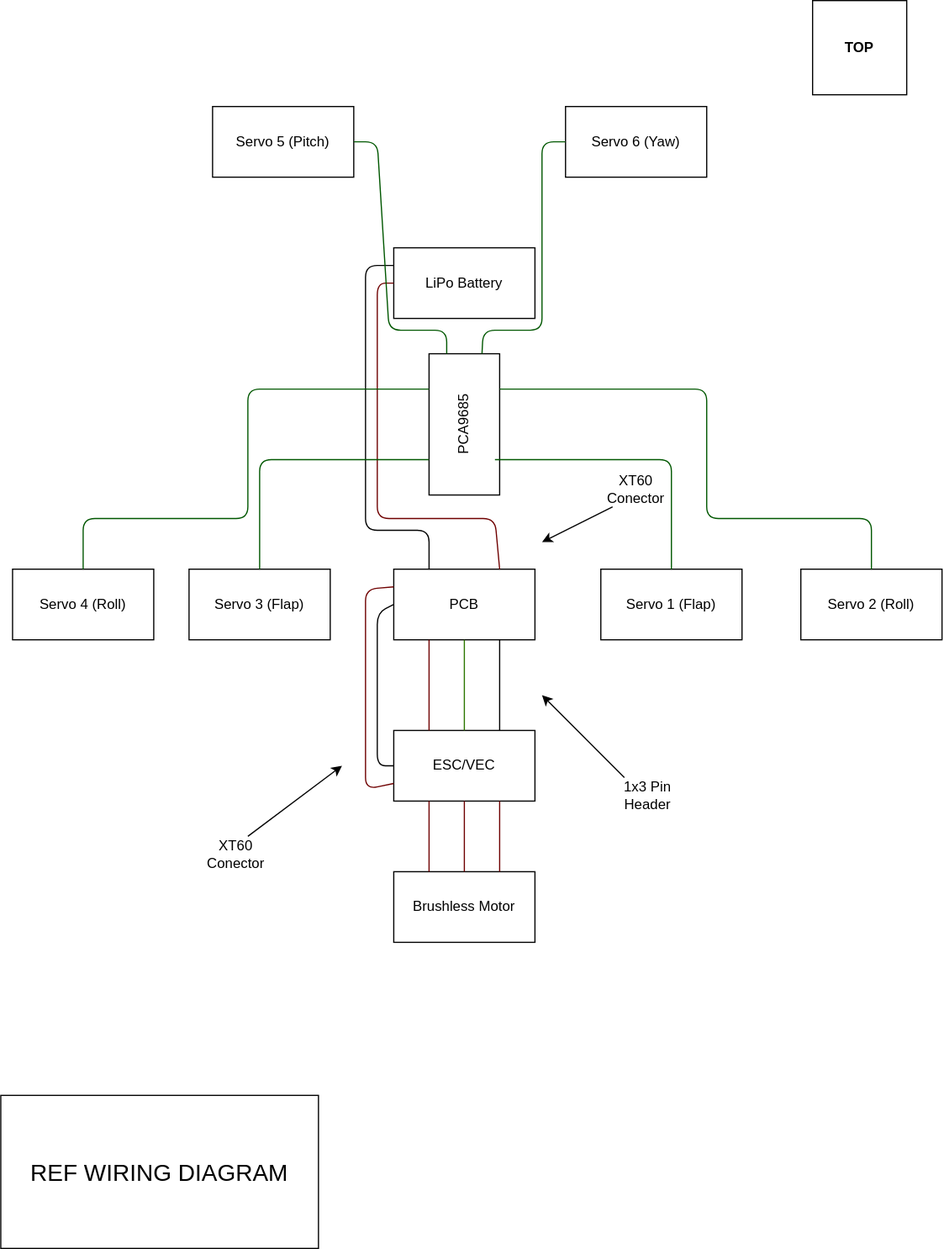
Earlier version of the draw.io export PCB/Images/Wiring_Diagram.svg (Cipher018/XDF-001). Source tidied: cells renumbered, new cells last; positions are measured from the earlier drawing's top-left corner, leaving out a move shared by most shapes. Source of this version:
```xml
<mxGraphModel background="#ffffff">
  <root>
    <mxCell id="0" />
    <mxCell id="1" parent="0" />
    <mxCell id="2" value="&lt;b&gt;TOP&lt;/b&gt;" style="whiteSpace=wrap;html=1;" parent="1" vertex="1">
      <mxGeometry x="690" width="80" height="80" as="geometry" />
    </mxCell>
    <mxCell id="3" value="Brushless Motor" style="rounded=0;whiteSpace=wrap;html=1;" parent="1" vertex="1">
      <mxGeometry x="334" y="740" width="120" height="60" as="geometry" />
    </mxCell>
    <mxCell id="4" value="PCB" style="rounded=0;whiteSpace=wrap;html=1;" parent="1" vertex="1">
      <mxGeometry x="334" y="483" width="120" height="60" as="geometry" />
    </mxCell>
    <mxCell id="5" value="PCA9685" style="rounded=0;whiteSpace=wrap;html=1;rotation=-90;" parent="1" vertex="1">
      <mxGeometry x="334" y="330" width="120" height="60" as="geometry" />
    </mxCell>
    <mxCell id="6" value="Servo 4 (Roll)" style="rounded=0;whiteSpace=wrap;html=1;" parent="1" vertex="1">
      <mxGeometry x="10" y="483" width="120" height="60" as="geometry" />
    </mxCell>
    <mxCell id="7" value="Servo 3 (Flap)" style="rounded=0;whiteSpace=wrap;html=1;" parent="1" vertex="1">
      <mxGeometry x="160" y="483" width="120" height="60" as="geometry" />
    </mxCell>
    <mxCell id="8" value="Servo 1 (Flap)" style="rounded=0;whiteSpace=wrap;html=1;" parent="1" vertex="1">
      <mxGeometry x="510" y="483" width="120" height="60" as="geometry" />
    </mxCell>
    <mxCell id="9" value="Servo 2 (Roll)" style="rounded=0;whiteSpace=wrap;html=1;" parent="1" vertex="1">
      <mxGeometry x="680" y="483" width="120" height="60" as="geometry" />
    </mxCell>
    <mxCell id="10" value="Servo 5 (Pitch)" style="rounded=0;whiteSpace=wrap;html=1;" parent="1" vertex="1">
      <mxGeometry x="180" y="90" width="120" height="60" as="geometry" />
    </mxCell>
    <mxCell id="11" value="Servo 6 (Yaw)" style="rounded=0;whiteSpace=wrap;html=1;" parent="1" vertex="1">
      <mxGeometry x="480" y="90" width="120" height="60" as="geometry" />
    </mxCell>
    <mxCell id="12" value="ESC/VEC" style="rounded=0;whiteSpace=wrap;html=1;" parent="1" vertex="1">
      <mxGeometry x="334" y="620" width="120" height="60" as="geometry" />
    </mxCell>
    <mxCell id="13" value="LiPo Battery" style="rounded=0;whiteSpace=wrap;html=1;" parent="1" vertex="1">
      <mxGeometry x="334" y="210" width="120" height="60" as="geometry" />
    </mxCell>
    <mxCell id="14" value="&lt;font style=&quot;font-size: 20px;&quot;&gt;REF WIRING DIAGRAM&lt;/font&gt;" style="rounded=0;whiteSpace=wrap;html=1;" parent="1" vertex="1">
      <mxGeometry y="930" width="270" height="130" as="geometry" />
    </mxCell>
    <mxCell id="15" style="endArrow=none;html=1;fontSize=20;exitX=0.5;exitY=0;exitDx=0;exitDy=0;entryX=0.5;entryY=1;entryDx=0;entryDy=0;fillColor=#a20025;strokeColor=#6F0000;" parent="1" edge="1" source="3" target="12">
      <mxGeometry relative="1" as="geometry" />
    </mxCell>
    <mxCell id="16" style="endArrow=none;html=1;fontSize=20;exitX=0.25;exitY=0;exitDx=0;exitDy=0;entryX=0.25;entryY=1;entryDx=0;entryDy=0;fillColor=#a20025;strokeColor=#6F0000;" parent="1" edge="1" source="3" target="12">
      <mxGeometry relative="1" as="geometry" />
    </mxCell>
    <mxCell id="17" style="endArrow=none;html=1;fontSize=20;exitX=0.75;exitY=0;exitDx=0;exitDy=0;entryX=0.75;entryY=1;entryDx=0;entryDy=0;fillColor=#a20025;strokeColor=#6F0000;" parent="1" edge="1" source="3" target="12">
      <mxGeometry relative="1" as="geometry" />
    </mxCell>
    <mxCell id="18" style="endArrow=none;html=1;fontSize=20;exitX=0.25;exitY=0;exitDx=0;exitDy=0;entryX=0.25;entryY=1;entryDx=0;entryDy=0;fillColor=#a20025;strokeColor=#6F0000;" parent="1" edge="1" source="12" target="4">
      <mxGeometry relative="1" as="geometry" />
    </mxCell>
    <mxCell id="19" style="endArrow=none;html=1;fontSize=20;exitX=0.5;exitY=0;exitDx=0;exitDy=0;entryX=0.5;entryY=1;entryDx=0;entryDy=0;fillColor=#60a917;strokeColor=#2D7600;" parent="1" edge="1" source="12" target="4">
      <mxGeometry relative="1" as="geometry" />
    </mxCell>
    <mxCell id="20" style="endArrow=none;html=1;fontSize=20;exitX=0.75;exitY=0;exitDx=0;exitDy=0;entryX=0.75;entryY=1;entryDx=0;entryDy=0;" parent="1" edge="1" source="12" target="4">
      <mxGeometry relative="1" as="geometry" />
    </mxCell>
    <mxCell id="21" style="endArrow=none;html=1;fontSize=20;exitX=0;exitY=0.5;exitDx=0;exitDy=0;entryX=0;entryY=0.5;entryDx=0;entryDy=0;" parent="1" edge="1" source="12" target="4">
      <mxGeometry relative="1" as="geometry">
        <Array as="points">
          <mxPoint x="320" y="650" />
          <mxPoint x="320" y="520" />
        </Array>
      </mxGeometry>
    </mxCell>
    <mxCell id="22" style="endArrow=none;html=1;fontSize=20;exitX=0;exitY=0.75;exitDx=0;exitDy=0;entryX=0;entryY=0.25;entryDx=0;entryDy=0;fillColor=#a20025;strokeColor=#6F0000;" parent="1" edge="1" source="12" target="4">
      <mxGeometry relative="1" as="geometry">
        <Array as="points">
          <mxPoint x="310" y="670" />
          <mxPoint x="310" y="500" />
        </Array>
      </mxGeometry>
    </mxCell>
    <mxCell id="23" style="endArrow=classic;html=1;fontSize=20;" parent="1" edge="1">
      <mxGeometry relative="1" as="geometry">
        <mxPoint x="210" y="710" as="sourcePoint" />
        <mxPoint x="290" y="650" as="targetPoint" />
      </mxGeometry>
    </mxCell>
    <mxCell id="24" style="endArrow=classic;html=1;fontSize=20;" parent="1" edge="1">
      <mxGeometry relative="1" as="geometry">
        <mxPoint x="530" y="660" as="sourcePoint" />
        <mxPoint x="460" y="590" as="targetPoint" />
      </mxGeometry>
    </mxCell>
    <mxCell id="25" style="endArrow=classic;html=1;fontSize=20;" parent="1" edge="1">
      <mxGeometry relative="1" as="geometry">
        <mxPoint x="520" y="430" as="sourcePoint" />
        <mxPoint x="460" y="460" as="targetPoint" />
      </mxGeometry>
    </mxCell>
    <mxCell id="26" style="endArrow=none;html=1;fontSize=20;entryX=0;entryY=0.25;entryDx=0;entryDy=0;exitX=0.25;exitY=0;exitDx=0;exitDy=0;" parent="1" edge="1" source="4" target="13">
      <mxGeometry relative="1" as="geometry">
        <Array as="points">
          <mxPoint x="364" y="450" />
          <mxPoint x="310" y="450" />
          <mxPoint x="310" y="225" />
        </Array>
      </mxGeometry>
    </mxCell>
    <mxCell id="27" style="endArrow=none;html=1;fontSize=20;entryX=0;entryY=0.5;entryDx=0;entryDy=0;exitX=0.75;exitY=0;exitDx=0;exitDy=0;fillColor=#a20025;strokeColor=#6F0000;" parent="1" edge="1" source="4" target="13">
      <mxGeometry relative="1" as="geometry">
        <Array as="points">
          <mxPoint x="420" y="440" />
          <mxPoint x="320" y="440" />
          <mxPoint x="320" y="240" />
        </Array>
      </mxGeometry>
    </mxCell>
    <mxCell id="28" style="endArrow=none;html=1;fontSize=20;exitX=0.5;exitY=0;exitDx=0;exitDy=0;entryX=0.75;entryY=0;entryDx=0;entryDy=0;fillColor=#008a00;strokeColor=#005700;" parent="1" edge="1" source="6" target="5">
      <mxGeometry relative="1" as="geometry">
        <Array as="points">
          <mxPoint x="70" y="440" />
          <mxPoint x="210" y="440" />
          <mxPoint x="210" y="330" />
        </Array>
      </mxGeometry>
    </mxCell>
    <mxCell id="29" style="endArrow=none;html=1;fontSize=20;exitX=0.5;exitY=0;exitDx=0;exitDy=0;entryX=0.25;entryY=0;entryDx=0;entryDy=0;fillColor=#008a00;strokeColor=#005700;" parent="1" edge="1" source="7" target="5">
      <mxGeometry relative="1" as="geometry">
        <Array as="points">
          <mxPoint x="220" y="440" />
          <mxPoint x="220" y="390" />
        </Array>
      </mxGeometry>
    </mxCell>
    <mxCell id="30" style="endArrow=none;html=1;fontSize=20;exitX=0.5;exitY=0;exitDx=0;exitDy=0;fillColor=#008a00;strokeColor=#005700;" parent="1" edge="1" source="8">
      <mxGeometry relative="1" as="geometry">
        <mxPoint x="420" y="390" as="targetPoint" />
        <Array as="points">
          <mxPoint x="570" y="390" />
        </Array>
      </mxGeometry>
    </mxCell>
    <mxCell id="31" style="endArrow=none;html=1;fontSize=20;exitX=0.5;exitY=0;exitDx=0;exitDy=0;entryX=0.75;entryY=1;entryDx=0;entryDy=0;fillColor=#008a00;strokeColor=#005700;" parent="1" edge="1" source="9" target="5">
      <mxGeometry relative="1" as="geometry">
        <Array as="points">
          <mxPoint x="740" y="440" />
          <mxPoint x="600" y="440" />
          <mxPoint x="600" y="330" />
        </Array>
      </mxGeometry>
    </mxCell>
    <mxCell id="32" style="endArrow=none;html=1;fontSize=20;entryX=0;entryY=0.5;entryDx=0;entryDy=0;exitX=1;exitY=0.75;exitDx=0;exitDy=0;fillColor=#008a00;strokeColor=#005700;" parent="1" edge="1" source="5" target="11">
      <mxGeometry relative="1" as="geometry">
        <Array as="points">
          <mxPoint x="410" y="280" />
          <mxPoint x="460" y="280" />
          <mxPoint x="460" y="120" />
        </Array>
      </mxGeometry>
    </mxCell>
    <mxCell id="33" style="endArrow=none;html=1;fontSize=20;entryX=1;entryY=0.5;entryDx=0;entryDy=0;exitX=1;exitY=0.25;exitDx=0;exitDy=0;fillColor=#008a00;strokeColor=#005700;" parent="1" edge="1" source="5" target="10">
      <mxGeometry relative="1" as="geometry">
        <Array as="points">
          <mxPoint x="379" y="280" />
          <mxPoint x="330" y="280" />
          <mxPoint x="320" y="120" />
        </Array>
      </mxGeometry>
    </mxCell>
    <mxCell id="34" value="XT60 Conector" style="text;html=1;strokeColor=none;fillColor=none;align=center;verticalAlign=middle;whiteSpace=wrap;rounded=0;" parent="1" vertex="1">
      <mxGeometry x="170" y="710" width="60" height="30" as="geometry" />
    </mxCell>
    <mxCell id="35" value="XT60 Conector" style="text;html=1;strokeColor=none;fillColor=none;align=center;verticalAlign=middle;whiteSpace=wrap;rounded=0;" parent="1" vertex="1">
      <mxGeometry x="510" y="400" width="60" height="30" as="geometry" />
    </mxCell>
    <mxCell id="36" value="1x3 Pin Header" style="text;html=1;strokeColor=none;fillColor=none;align=center;verticalAlign=middle;whiteSpace=wrap;rounded=0;" parent="1" vertex="1">
      <mxGeometry x="520" y="660" width="60" height="30" as="geometry" />
    </mxCell>
  </root>
</mxGraphModel>
```
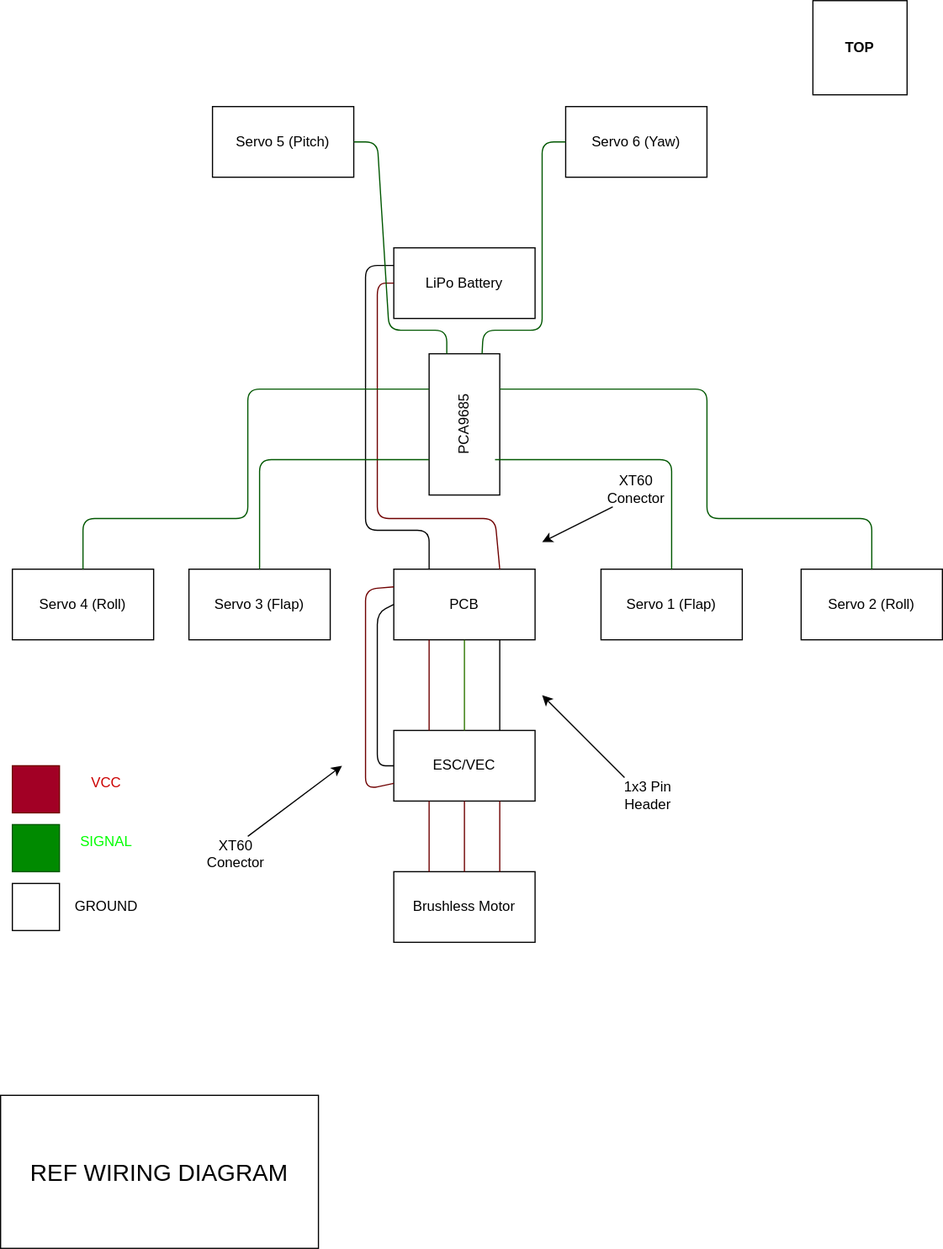
The same diagram one commit later.

Commit message:
UPDATE Wiring_Diagram

The edit, as a diff of the source:
```diff
@@ -163,7 +163,7 @@
         </Array>
       </mxGeometry>
     </mxCell>
-    <mxCell id="34" value="XT60 Conector" style="text;html=1;strokeColor=none;fillColor=none;align=center;verticalAlign=middle;whiteSpace=wrap;rounded=0;" parent="1" vertex="1">
+    <mxCell id="34" value="XT60 Conector" style="text;html=1;align=center;verticalAlign=middle;whiteSpace=wrap;rounded=0;" parent="1" vertex="1">
       <mxGeometry x="170" y="710" width="60" height="30" as="geometry" />
     </mxCell>
     <mxCell id="35" value="XT60 Conector" style="text;html=1;strokeColor=none;fillColor=none;align=center;verticalAlign=middle;whiteSpace=wrap;rounded=0;" parent="1" vertex="1">
@@ -172,5 +172,23 @@
     <mxCell id="36" value="1x3 Pin Header" style="text;html=1;strokeColor=none;fillColor=none;align=center;verticalAlign=middle;whiteSpace=wrap;rounded=0;" parent="1" vertex="1">
       <mxGeometry x="520" y="660" width="60" height="30" as="geometry" />
     </mxCell>
+    <mxCell id="37" style="whiteSpace=wrap;html=1;fillColor=#a20025;fontColor=#ffffff;strokeColor=#6F0000;" parent="1" vertex="1">
+      <mxGeometry x="10" y="650" width="40" height="40" as="geometry" />
+    </mxCell>
+    <mxCell id="38" style="whiteSpace=wrap;html=1;fillColor=#008a00;fontColor=#ffffff;strokeColor=#005700;" parent="1" vertex="1">
+      <mxGeometry x="10" y="700" width="40" height="40" as="geometry" />
+    </mxCell>
+    <mxCell id="39" style="whiteSpace=wrap;html=1;" parent="1" vertex="1">
+      <mxGeometry x="10" y="750" width="40" height="40" as="geometry" />
+    </mxCell>
+    <mxCell id="40" value="&lt;font color=&quot;#cc0000&quot;&gt;VCC&lt;/font&gt;" style="text;html=1;strokeColor=none;fillColor=none;align=center;verticalAlign=middle;whiteSpace=wrap;rounded=0;" parent="1" vertex="1">
+      <mxGeometry x="60" y="650" width="60" height="30" as="geometry" />
+    </mxCell>
+    <mxCell id="41" value="&lt;font color=&quot;#00ff00&quot;&gt;SIGNAL&lt;/font&gt;" style="text;html=1;strokeColor=none;fillColor=none;align=center;verticalAlign=middle;whiteSpace=wrap;rounded=0;fontColor=none;" parent="1" vertex="1">
+      <mxGeometry x="60" y="700" width="60" height="30" as="geometry" />
+    </mxCell>
+    <mxCell id="42" value="&lt;font color=&quot;#000000&quot;&gt;GROUND&lt;/font&gt;" style="text;html=1;strokeColor=none;fillColor=none;align=center;verticalAlign=middle;whiteSpace=wrap;rounded=0;fontColor=#00FF00;" parent="1" vertex="1">
+      <mxGeometry x="60" y="755" width="60" height="30" as="geometry" />
+    </mxCell>
   </root>
 </mxGraphModel>
```
